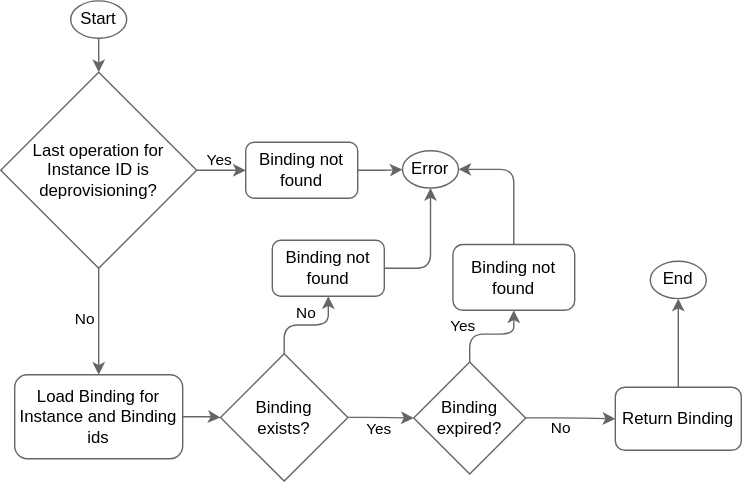
Earlier version of the draw.io export docs/assets/bindings-get-flow.drawio.svg (kyma-project/kyma-environment-broker). Source tidied: cells renumbered, new cells last; positions are measured from the earlier drawing's top-left corner, leaving out a move shared by most shapes.
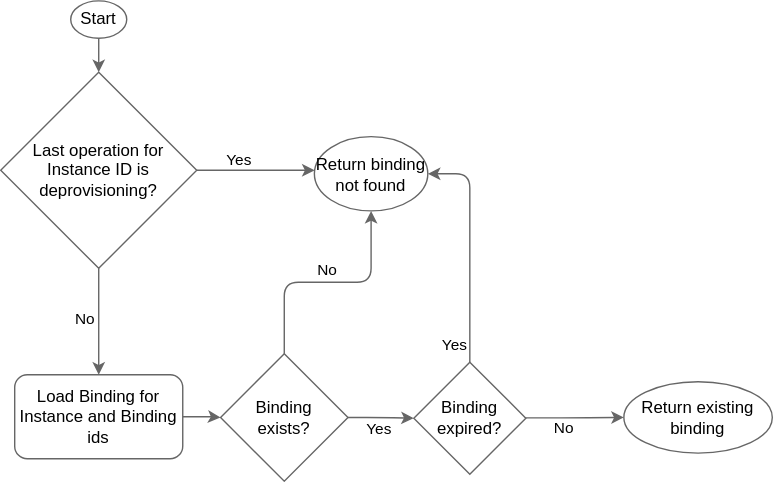
Later version of the same file.

What changed in the source:
```diff
@@ -16,8 +16,13 @@
     <mxCell id="5" value="No" style="edgeStyle=orthogonalEdgeStyle;rounded=1;jettySize=auto;html=1;exitX=0.5;exitY=1;exitDx=0;exitDy=0;entryX=0.5;entryY=0;entryDx=0;entryDy=0;strokeColor=#666666;curved=0;fontColor=#000000;labelBackgroundColor=none;" parent="1" edge="1" source="7" target="9">
       <mxGeometry x="-0.06" y="-10" relative="1" as="geometry" />
     </mxCell>
-    <mxCell id="6" value="Yes" style="edgeStyle=orthogonalEdgeStyle;rounded=1;jettySize=auto;html=1;curved=0;strokeColor=#666666;labelBackgroundColor=none;fontColor=#000000;" parent="1" edge="1" source="7" target="19">
-      <mxGeometry x="-0.3" y="7" relative="1" as="geometry" />
+    <mxCell id="6" value="Yes" style="edgeStyle=orthogonalEdgeStyle;rounded=1;jettySize=auto;html=1;curved=0;strokeColor=#666666;labelBackgroundColor=none;fontColor=#000000;" parent="1" edge="1" source="7" target="25">
+      <mxGeometry x="-0.3" y="7" relative="1" as="geometry">
+        <Array as="points">
+          <mxPoint x="349" y="121" />
+          <mxPoint x="349" y="121" />
+        </Array>
+      </mxGeometry>
     </mxCell>
     <mxCell id="7" value="Last operation for Instance ID is deprovisioning?" style="rhombus;whiteSpace=wrap;html=1;strokeColor=#666666;fillColor=#ffffff;fontColor=#000000;" parent="1" vertex="1">
       <mxGeometry x="160" y="51" width="140" height="140" as="geometry" />
@@ -28,7 +33,7 @@
     <mxCell id="9" value="Load Binding for Instance and Binding ids" style="whiteSpace=wrap;html=1;strokeColor=#666666;fillColor=#ffffff;fontColor=#000000;rounded=1;" parent="1" vertex="1">
       <mxGeometry x="170" y="267" width="120" height="60" as="geometry" />
     </mxCell>
-    <mxCell id="10" value="No" style="edgeStyle=orthogonalEdgeStyle;rounded=1;jettySize=auto;html=1;exitX=0.5;exitY=0;exitDx=0;exitDy=0;entryX=0.5;entryY=1;entryDx=0;entryDy=0;strokeColor=#666666;curved=0;fontColor=#000000;labelBackgroundColor=none;" parent="1" edge="1" source="12" target="24">
+    <mxCell id="10" value="No" style="edgeStyle=orthogonalEdgeStyle;rounded=1;jettySize=auto;html=1;exitX=0.5;exitY=0;exitDx=0;exitDy=0;strokeColor=#666666;curved=0;fontColor=#000000;labelBackgroundColor=none;" parent="1" edge="1" source="12" target="25">
       <mxGeometry x="-0.01" y="9" relative="1" as="geometry" />
     </mxCell>
     <mxCell id="11" value="Yes" style="edgeStyle=orthogonalEdgeStyle;rounded=1;jettySize=auto;html=1;exitX=1;exitY=0.5;exitDx=0;exitDy=0;strokeColor=#666666;curved=0;fontColor=#000000;labelBackgroundColor=none;" parent="1" edge="1" source="12" target="15">
@@ -37,46 +42,24 @@
     <mxCell id="12" value="Binding &lt;br&gt;exists?" style="rhombus;whiteSpace=wrap;html=1;strokeColor=#666666;fillColor=#ffffff;fontColor=#000000;" parent="1" vertex="1">
       <mxGeometry x="317" y="252" width="91" height="91" as="geometry" />
     </mxCell>
-    <mxCell id="13" value="Yes" style="edgeStyle=orthogonalEdgeStyle;rounded=1;jettySize=auto;html=1;exitX=0.5;exitY=0;exitDx=0;exitDy=0;strokeColor=#666666;curved=0;fontColor=#000000;labelBackgroundColor=none;" parent="1" edge="1" source="15" target="21">
-      <mxGeometry x="-0.43" y="8" relative="1" as="geometry">
-        <mxPoint x="-5" y="2" as="offset" />
+    <mxCell id="13" value="Yes" style="edgeStyle=orthogonalEdgeStyle;rounded=1;jettySize=auto;html=1;exitX=0.5;exitY=0;exitDx=0;exitDy=0;strokeColor=#666666;curved=0;fontColor=#000000;labelBackgroundColor=none;entryX=1;entryY=0.5;entryDx=0;entryDy=0;" parent="1" edge="1" source="15" target="25">
+      <mxGeometry x="-0.85" y="11" relative="1" as="geometry">
+        <Array as="points">
+          <mxPoint x="495" y="124" />
+        </Array>
       </mxGeometry>
     </mxCell>
-    <mxCell id="14" value="No" style="edgeStyle=orthogonalEdgeStyle;rounded=1;jettySize=auto;html=1;exitX=0.955;exitY=0.498;exitDx=0;exitDy=0;strokeColor=#666666;curved=0;fontColor=#000000;labelBackgroundColor=none;exitPerimeter=0;" parent="1" edge="1" source="15" target="17">
+    <mxCell id="14" value="No" style="edgeStyle=orthogonalEdgeStyle;rounded=1;jettySize=auto;html=1;exitX=0.955;exitY=0.498;exitDx=0;exitDy=0;strokeColor=#666666;curved=0;fontColor=#000000;labelBackgroundColor=none;exitPerimeter=0;" parent="1" edge="1" source="15" target="22">
       <mxGeometry x="-0.16" y="-7" relative="1" as="geometry" />
     </mxCell>
     <mxCell id="15" value="Binding expired?" style="rhombus;whiteSpace=wrap;html=1;strokeColor=#666666;fillColor=#ffffff;fontColor=#000000;" parent="1" vertex="1">
       <mxGeometry x="455" y="258" width="80" height="80" as="geometry" />
     </mxCell>
-    <mxCell id="16" style="edgeStyle=orthogonalEdgeStyle;rounded=1;jettySize=auto;html=1;strokeColor=#666666;curved=0;fontColor=#000000;labelBackgroundColor=none;" parent="1" edge="1" source="17" target="22">
-      <mxGeometry relative="1" as="geometry" />
-    </mxCell>
-    <mxCell id="17" value="Return Binding" style="whiteSpace=wrap;html=1;strokeColor=#666666;fillColor=#ffffff;fontColor=#000000;rounded=1;" parent="1" vertex="1">
-      <mxGeometry x="599" y="276" width="90" height="45" as="geometry" />
-    </mxCell>
-    <mxCell id="18" style="edgeStyle=orthogonalEdgeStyle;rounded=1;jettySize=auto;html=1;fontColor=#666666;labelBackgroundColor=none;strokeColor=#666666;curved=0;" parent="1" edge="1" source="19" target="25">
-      <mxGeometry relative="1" as="geometry" />
-    </mxCell>
-    <mxCell id="19" value="Binding not found" style="whiteSpace=wrap;html=1;strokeColor=#666666;fillColor=#ffffff;fontColor=#000000;rounded=1;" parent="1" vertex="1">
-      <mxGeometry x="335" y="101" width="80" height="40" as="geometry" />
-    </mxCell>
-    <mxCell id="20" style="edgeStyle=orthogonalEdgeStyle;rounded=1;jettySize=auto;html=1;strokeColor=#666666;curved=0;fontColor=#000000;labelBackgroundColor=none;entryX=1;entryY=0.5;entryDx=0;entryDy=0;" parent="1" edge="1" source="21" target="25">
-      <mxGeometry relative="1" as="geometry" />
-    </mxCell>
-    <mxCell id="21" value="Binding not found" style="whiteSpace=wrap;html=1;strokeColor=#666666;fillColor=#ffffff;fontColor=#000000;rounded=1;" parent="1" vertex="1">
-      <mxGeometry x="483" y="174" width="87" height="47" as="geometry" />
-    </mxCell>
-    <mxCell id="22" value="End" style="ellipse;whiteSpace=wrap;html=1;strokeColor=#666666;fillColor=#ffffff;fontColor=#000000;" parent="1" vertex="1">
-      <mxGeometry x="624" y="186" width="40" height="26.7" as="geometry" />
+    <mxCell id="22" value="Return existing binding" style="ellipse;whiteSpace=wrap;html=1;strokeColor=#666666;fillColor=#ffffff;fontColor=#000000;" parent="1" vertex="1">
+      <mxGeometry x="605" y="272" width="106" height="51" as="geometry" />
     </mxCell>
-    <mxCell id="23" style="edgeStyle=orthogonalEdgeStyle;rounded=1;jettySize=auto;html=1;strokeColor=#666666;curved=0;fontColor=#000000;labelBackgroundColor=none;" parent="1" edge="1" source="24" target="25">
-      <mxGeometry relative="1" as="geometry" />
-    </mxCell>
-    <mxCell id="24" value="Binding not found" style="whiteSpace=wrap;html=1;strokeColor=#666666;fillColor=#ffffff;fontColor=#000000;rounded=1;" parent="1" vertex="1">
-      <mxGeometry x="354" y="171" width="80" height="40" as="geometry" />
-    </mxCell>
-    <mxCell id="25" value="Error" style="ellipse;whiteSpace=wrap;html=1;strokeColor=#666666;fillColor=#ffffff;fontColor=#000000;" parent="1" vertex="1">
-      <mxGeometry x="447" y="107" width="40" height="26.7" as="geometry" />
+    <mxCell id="25" value="Return binding not found" style="ellipse;whiteSpace=wrap;html=1;strokeColor=#666666;fillColor=#ffffff;fontColor=#000000;" parent="1" vertex="1">
+      <mxGeometry x="384" y="97" width="81" height="53" as="geometry" />
     </mxCell>
   </root>
 </mxGraphModel>
```
